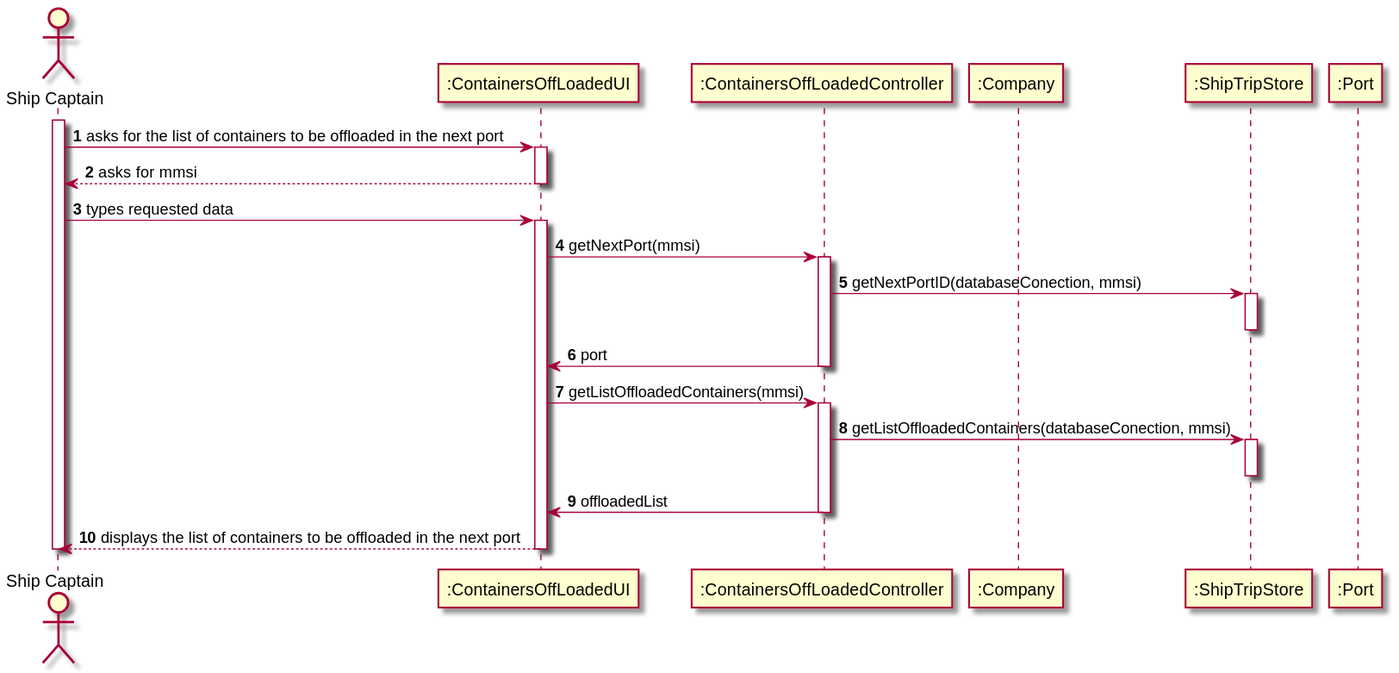
Before: docs/US205/US205_SD.svg, a diagram exported from PlantUML (ana-albergaria/LAPR3-ISEP).
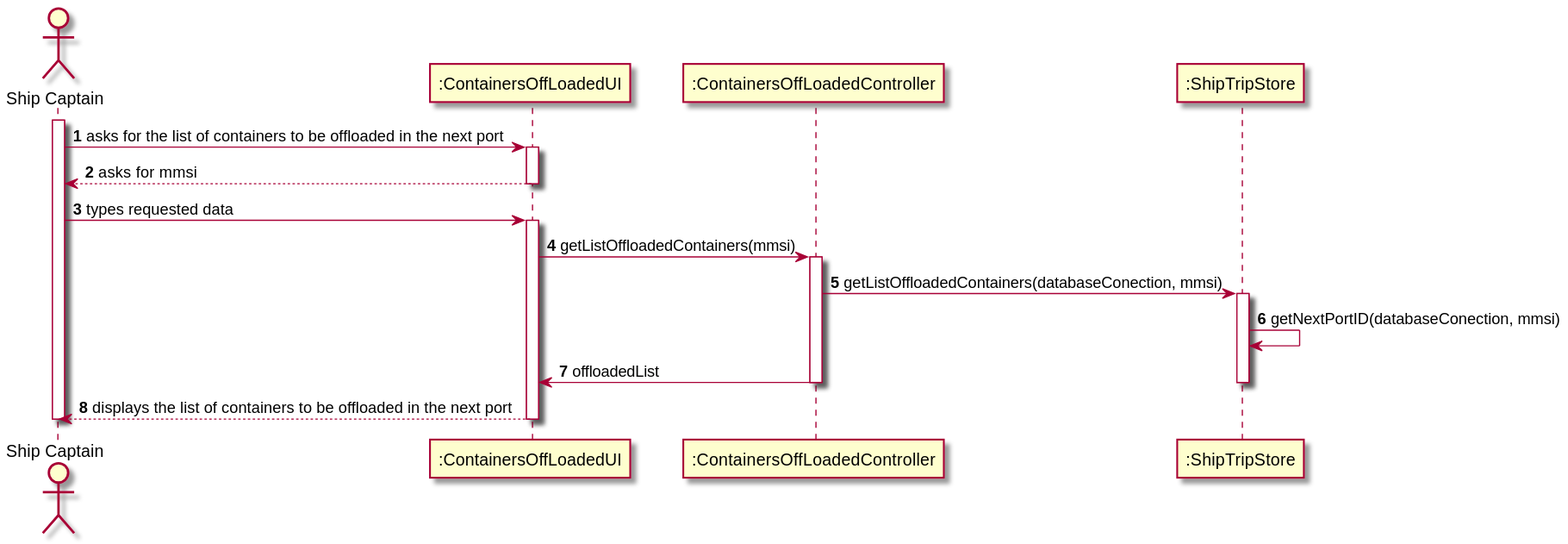
Later version of the same file.

Commit message:
G54-136 #time 10m #comment little change in SD #close

Change to the diagram source:
```diff
@@ -3,9 +3,7 @@
 actor "Ship Captain" as SC
 participant ":ContainersOffLoadedUI" as UI
 participant ":ContainersOffLoadedController" as CTRL
-participant ":Company" as CMP
 participant ":ShipTripStore" as SBST
-participant ":Port" as PORT
 
 activate SC
 SC -> UI :asks for the list of containers to be offloaded in the next port
@@ -14,19 +12,15 @@
 deactivate UI
 SC -> UI : types requested data
 activate UI
-UI -> CTRL : getNextPort(mmsi)
-activate CTRL
-CTRL -> SBST : getNextPortID(databaseConection, mmsi)
-activate SBST
-deactivate SBST
-CTRL -> UI : port
-deactivate CTRL
+
 UI -> CTRL : getListOffloadedContainers(mmsi)
 activate CTRL
 CTRL -> SBST : getListOffloadedContainers(databaseConection, mmsi)
+
 activate SBST
+SBST -> SBST : getNextPortID(databaseConection, mmsi)
+CTRL -> UI : offloadedList
 deactivate SBST
-CTRL -> UI : offloadedList
 deactivate CTRL
 UI --> SC : displays the list of containers to be offloaded in the next port
 deactivate UI
```
